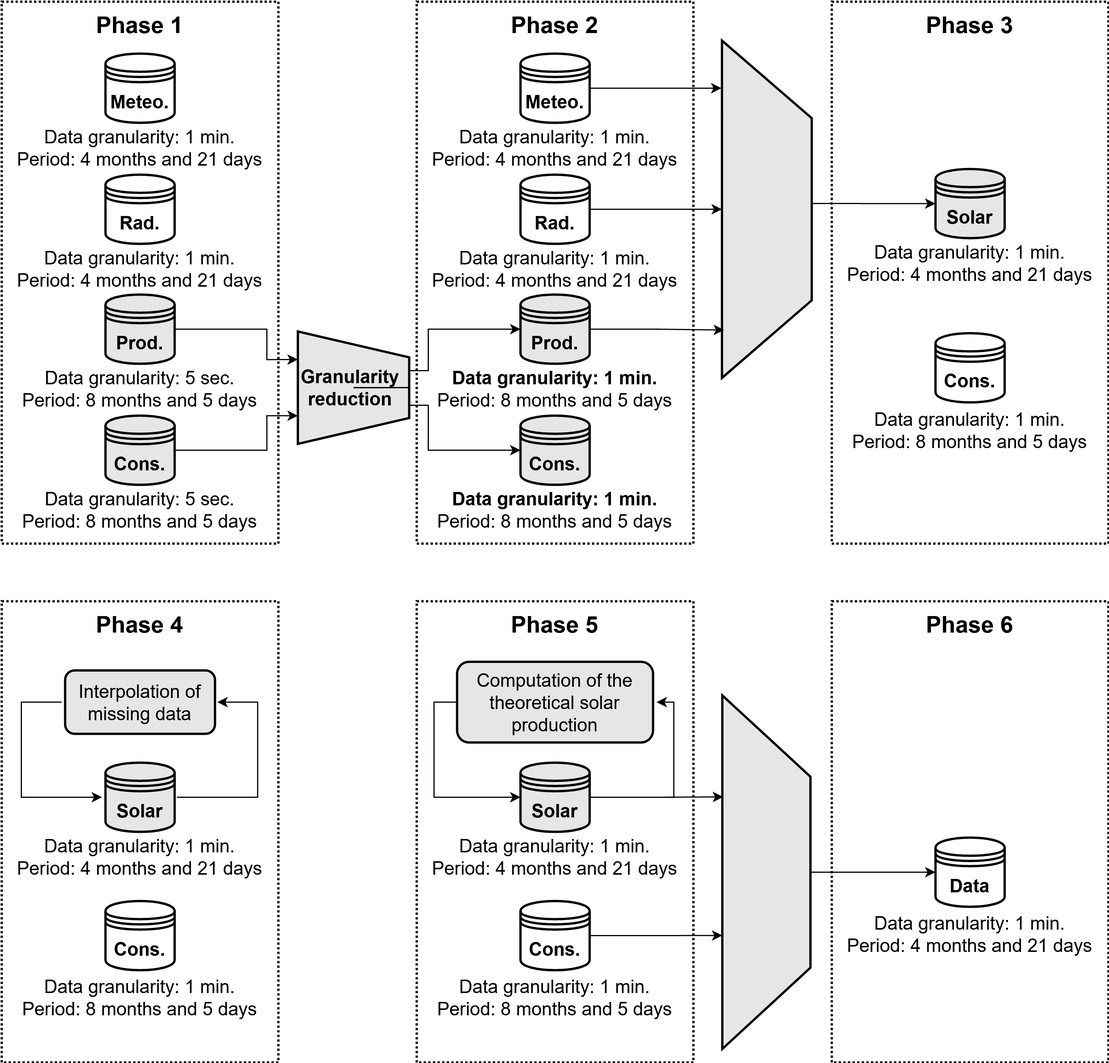
This is Images/Data.png from tomasbogalho/Tom-s-Bogalho-MSc-Thesis-New, a draw.io export, as it was before one commit. Source tidied: cells renumbered, new cells last; positions are measured from the earlier drawing's top-left corner, leaving out a move shared by most shapes.
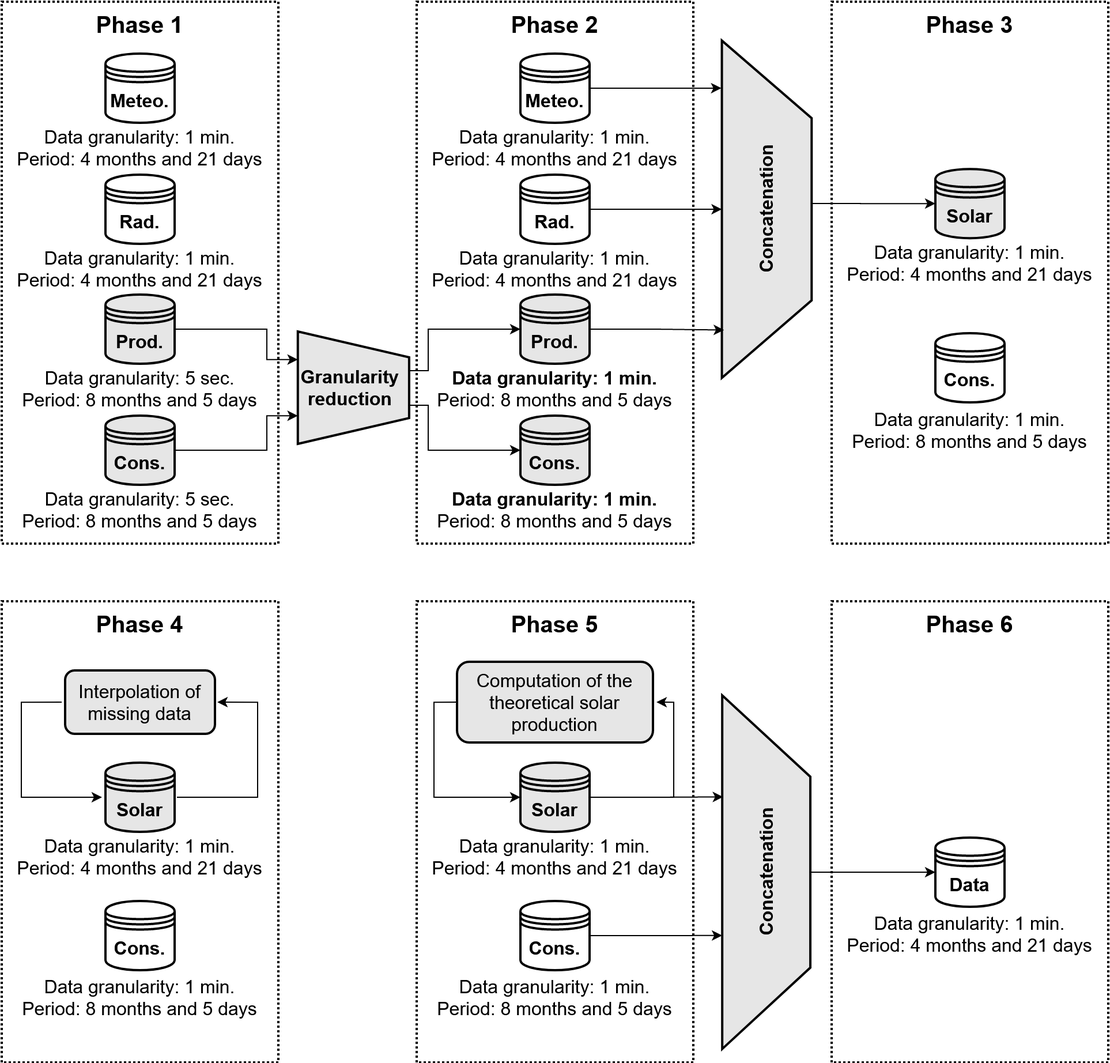
The same diagram one commit later.

Change to the diagram source:
```diff
@@ -26,30 +26,30 @@
     <mxCell id="9" value="&lt;font style=&quot;font-size: 16px&quot;&gt;&lt;b&gt;Cons.&lt;/b&gt;&lt;/font&gt;" style="shape=datastore;whiteSpace=wrap;html=1;strokeWidth=2;fillColor=none;" parent="1" vertex="1">
       <mxGeometry x="810" y="287.5" width="60" height="60" as="geometry" />
     </mxCell>
-    <mxCell id="10" style="rounded=0;jettySize=auto;html=1;entryX=0;entryY=0.5;entryDx=0;entryDy=0;edgeStyle=orthogonalEdgeStyle;" parent="1" edge="1" target="47">
-      <mxGeometry relative="1" as="geometry">
-        <mxPoint x="680" y="175" as="sourcePoint" />
-      </mxGeometry>
-    </mxCell>
-    <mxCell id="11" style="verticalLabelPosition=bottom;verticalAlign=top;html=1;shape=trapezoid;perimeter=trapezoidPerimeter;whiteSpace=wrap;size=0.23;arcSize=10;flipV=1;strokeWidth=2;rotation=-90;fillColor=#E6E6E6;" parent="1" vertex="1">
-      <mxGeometry x="517.4" y="141.1" width="292.6" height="77.9" as="geometry" />
-    </mxCell>
+    <mxCell id="68" style="rounded=0;jettySize=auto;html=1;entryX=0;entryY=0.5;entryDx=0;entryDy=0;edgeStyle=orthogonalEdgeStyle;" parent="1" edge="1" target="47">
+      <mxGeometry relative="1" as="geometry">
+        <mxPoint x="680" y="175" as="sourcePoint" />
+      </mxGeometry>
+    </mxCell>
+    <mxCell id="69" style="verticalLabelPosition=bottom;verticalAlign=top;html=1;shape=trapezoid;perimeter=trapezoidPerimeter;whiteSpace=wrap;size=0.23;arcSize=10;flipV=1;strokeWidth=2;rotation=-90;fillColor=#E6E6E6;align=center;horizontal=1;" parent="1" vertex="1">
+      <mxGeometry x="517.4" y="141.1" width="292.6" height="77.9" as="geometry" />
+    </mxCell>
     <mxCell id="12" style="rounded=0;whiteSpace=wrap;html=1;strokeWidth=2;dashed=1;dashPattern=1 1;" parent="1" vertex="1">
       <mxGeometry y="520" width="240" height="400" as="geometry" />
     </mxCell>
     <mxCell id="13" value="&lt;font style=&quot;font-size: 20px&quot;&gt;Phase 4&lt;br&gt;&lt;/font&gt;" style="text;html=1;strokeColor=none;fillColor=none;align=center;verticalAlign=middle;whiteSpace=wrap;rounded=0;dashed=1;dashPattern=1 1;fontStyle=1;" parent="1" vertex="1">
       <mxGeometry x="75" y="530" width="90" height="20" as="geometry" />
     </mxCell>
-    <mxCell id="14" style="edgeStyle=orthogonalEdgeStyle;rounded=0;orthogonalLoop=1;jettySize=auto;html=1;exitX=0;exitY=0.5;exitDx=0;exitDy=0;entryX=0;entryY=0.5;entryDx=0;entryDy=0;" parent="1" edge="1">
-      <mxGeometry relative="1" as="geometry">
-        <mxPoint x="52" y="607.5" as="sourcePoint" />
-        <mxPoint x="87" y="690" as="targetPoint" />
-        <Array as="points">
-          <mxPoint x="17" y="608" />
-          <mxPoint x="17" y="690" />
-        </Array>
-      </mxGeometry>
-    </mxCell>
+    <mxCell id="70" style="edgeStyle=orthogonalEdgeStyle;rounded=0;orthogonalLoop=1;jettySize=auto;html=1;exitX=0;exitY=0.5;exitDx=0;exitDy=0;entryX=0;entryY=0.5;entryDx=0;entryDy=0;" parent="1" edge="1">
+      <mxGeometry relative="1" as="geometry">
+        <mxPoint x="52" y="607.5" as="sourcePoint" />
+        <mxPoint x="87" y="690" as="targetPoint" />
+        <Array as="points">
+          <mxPoint x="17" y="608" />
+          <mxPoint x="17" y="690" />
+        </Array>
+      </mxGeometry>
+    </mxCell>
     <mxCell id="15" value="&lt;font style=&quot;font-size: 16px&quot;&gt;Interpolation of missing data&lt;/font&gt;" style="rounded=1;whiteSpace=wrap;html=1;strokeWidth=2;align=center;fillColor=#E6E6E6;" parent="1" vertex="1">
       <mxGeometry x="55" y="580" width="130" height="55" as="geometry" />
     </mxCell>
@@ -117,25 +117,25 @@
     <mxCell id="33" value="&lt;font style=&quot;font-size: 20px&quot;&gt;Phase 2&lt;br&gt;&lt;/font&gt;" style="text;html=1;strokeColor=none;fillColor=none;align=center;verticalAlign=middle;whiteSpace=wrap;rounded=0;dashed=1;dashPattern=1 1;fontStyle=1;" parent="1" vertex="1">
       <mxGeometry x="435" y="10" width="90" height="20" as="geometry" />
     </mxCell>
-    <mxCell id="34" style="edgeStyle=orthogonalEdgeStyle;rounded=0;jettySize=auto;html=1;exitX=1;exitY=0.5;exitDx=0;exitDy=0;entryX=0.859;entryY=1.005;entryDx=0;entryDy=0;entryPerimeter=0;" parent="1" edge="1" source="35" target="11">
-      <mxGeometry relative="1" as="geometry" />
-    </mxCell>
+    <mxCell id="71" style="edgeStyle=orthogonalEdgeStyle;rounded=0;jettySize=auto;html=1;exitX=1;exitY=0.5;exitDx=0;exitDy=0;entryX=0.859;entryY=1.005;entryDx=0;entryDy=0;entryPerimeter=0;" parent="1" edge="1" source="35" target="69">
+      <mxGeometry relative="1" as="geometry" />
+    </mxCell>
     <mxCell id="35" value="&lt;font style=&quot;font-size: 16px&quot;&gt;&lt;b&gt;Meteo.&lt;/b&gt;&lt;/font&gt;" style="shape=datastore;whiteSpace=wrap;html=1;strokeWidth=2;" parent="1" vertex="1">
       <mxGeometry x="450" y="45" width="60" height="60" as="geometry" />
     </mxCell>
-    <mxCell id="36" style="edgeStyle=orthogonalEdgeStyle;rounded=0;jettySize=auto;html=1;exitX=1;exitY=0.5;exitDx=0;exitDy=0;entryX=0.5;entryY=0;entryDx=0;entryDy=0;" parent="1" edge="1" source="37" target="11">
-      <mxGeometry relative="1" as="geometry" />
-    </mxCell>
+    <mxCell id="72" style="edgeStyle=orthogonalEdgeStyle;rounded=0;jettySize=auto;html=1;exitX=1;exitY=0.5;exitDx=0;exitDy=0;entryX=0.5;entryY=0;entryDx=0;entryDy=0;" parent="1" edge="1" source="37" target="69">
+      <mxGeometry relative="1" as="geometry" />
+    </mxCell>
     <mxCell id="37" value="&lt;font style=&quot;font-size: 16px&quot;&gt;&lt;b&gt;Rad.&lt;/b&gt;&lt;/font&gt;" style="shape=datastore;whiteSpace=wrap;html=1;strokeWidth=2;" parent="1" vertex="1">
       <mxGeometry x="450" y="150" width="60" height="60" as="geometry" />
     </mxCell>
-    <mxCell id="38" style="edgeStyle=orthogonalEdgeStyle;rounded=0;jettySize=auto;html=1;exitX=1;exitY=0.5;exitDx=0;exitDy=0;entryX=0.142;entryY=0.976;entryDx=0;entryDy=0;entryPerimeter=0;" parent="1" edge="1" source="39" target="11">
-      <mxGeometry relative="1" as="geometry">
-        <Array as="points">
-          <mxPoint x="567" y="284" />
-        </Array>
-      </mxGeometry>
-    </mxCell>
+    <mxCell id="73" style="edgeStyle=orthogonalEdgeStyle;rounded=0;jettySize=auto;html=1;exitX=1;exitY=0.5;exitDx=0;exitDy=0;entryX=0.142;entryY=0.976;entryDx=0;entryDy=0;entryPerimeter=0;" parent="1" edge="1" source="39" target="69">
+      <mxGeometry relative="1" as="geometry">
+        <Array as="points">
+          <mxPoint x="567" y="284" />
+        </Array>
+      </mxGeometry>
+    </mxCell>
     <mxCell id="39" value="&lt;font style=&quot;font-size: 16px&quot;&gt;&lt;b&gt;Prod.&lt;/b&gt;&lt;/font&gt;" style="shape=datastore;whiteSpace=wrap;html=1;strokeWidth=2;fillColor=#E6E6E6;" parent="1" vertex="1">
       <mxGeometry x="450" y="254" width="60" height="60" as="geometry" />
     </mxCell>
@@ -154,24 +154,26 @@
     <mxCell id="44" value="&lt;div style=&quot;font-size: 16px&quot; align=&quot;center&quot;&gt;&lt;font style=&quot;font-size: 16px&quot;&gt;&lt;b&gt;&lt;font style=&quot;font-size: 16px&quot;&gt;Data granularity: 1 min.&lt;br&gt;&lt;/font&gt;&lt;/b&gt;&lt;/font&gt;&lt;/div&gt;&lt;div style=&quot;font-size: 16px&quot; align=&quot;center&quot;&gt;&lt;font style=&quot;font-size: 16px&quot;&gt;&lt;font style=&quot;font-size: 16px&quot;&gt;Period&lt;/font&gt;: &lt;/font&gt;&lt;font style=&quot;font-size: 16px&quot;&gt;&lt;span style=&quot;left: 446.417px ; top: 712.73px ; font-family: sans-serif ; transform: scalex(0.976689)&quot;&gt;8 months and 5 days&lt;/span&gt;&lt;/font&gt;&lt;/div&gt;" style="text;html=1;strokeColor=none;fillColor=none;align=center;verticalAlign=middle;whiteSpace=wrap;rounded=0;fontStyle=0;" parent="1" vertex="1">
       <mxGeometry x="360" y="431" width="240" height="20" as="geometry" />
     </mxCell>
-    <mxCell id="45" style="edgeStyle=orthogonalEdgeStyle;rounded=0;jettySize=auto;html=1;exitX=0.75;exitY=1;exitDx=0;exitDy=0;" parent="1" edge="1" source="4" target="39">
-      <mxGeometry relative="1" as="geometry">
-        <Array as="points">
-          <mxPoint x="353" y="320" />
-          <mxPoint x="370" y="320" />
-          <mxPoint x="370" y="284" />
-        </Array>
-      </mxGeometry>
-    </mxCell>
-    <mxCell id="46" style="edgeStyle=orthogonalEdgeStyle;rounded=0;jettySize=auto;html=1;exitX=0.25;exitY=1;exitDx=0;exitDy=0;entryX=0;entryY=0.5;entryDx=0;entryDy=0;" parent="1" edge="1" source="4" target="40">
-      <mxGeometry relative="1" as="geometry">
-        <Array as="points">
-          <mxPoint x="353" y="350" />
-          <mxPoint x="370" y="350" />
-          <mxPoint x="370" y="389" />
-        </Array>
-      </mxGeometry>
-    </mxCell>
+    <mxCell id="74" style="edgeStyle=orthogonalEdgeStyle;rounded=0;jettySize=auto;html=1;" parent="1" edge="1" target="39">
+      <mxGeometry relative="1" as="geometry">
+        <mxPoint x="353" y="335" as="sourcePoint" />
+        <Array as="points">
+          <mxPoint x="353" y="320" />
+          <mxPoint x="370" y="320" />
+          <mxPoint x="370" y="284" />
+        </Array>
+      </mxGeometry>
+    </mxCell>
+    <mxCell id="75" style="edgeStyle=orthogonalEdgeStyle;rounded=0;jettySize=auto;html=1;entryX=0;entryY=0.5;entryDx=0;entryDy=0;" parent="1" edge="1" target="40">
+      <mxGeometry relative="1" as="geometry">
+        <mxPoint x="353" y="335" as="sourcePoint" />
+        <Array as="points">
+          <mxPoint x="353" y="350" />
+          <mxPoint x="370" y="350" />
+          <mxPoint x="370" y="389" />
+        </Array>
+      </mxGeometry>
+    </mxCell>
     <mxCell id="47" value="&lt;b&gt;&lt;font style=&quot;font-size: 16px&quot;&gt;Solar&lt;/font&gt;&lt;/b&gt;" style="shape=datastore;whiteSpace=wrap;html=1;strokeWidth=2;fillColor=#E6E6E6;" parent="1" vertex="1">
       <mxGeometry x="810" y="145.1" width="60" height="60" as="geometry" />
     </mxCell>
@@ -184,16 +186,16 @@
     <mxCell id="50" value="&lt;font style=&quot;font-size: 16px&quot;&gt;&lt;b&gt;Cons.&lt;/b&gt;&lt;/font&gt;" style="shape=datastore;whiteSpace=wrap;html=1;strokeWidth=2;fillColor=none;" parent="1" vertex="1">
       <mxGeometry x="90" y="780" width="60" height="60" as="geometry" />
     </mxCell>
-    <mxCell id="51" style="edgeStyle=orthogonalEdgeStyle;rounded=0;orthogonalLoop=1;jettySize=auto;html=1;exitX=1;exitY=0.5;exitDx=0;exitDy=0;entryX=1;entryY=0.5;entryDx=0;entryDy=0;" parent="1" edge="1">
-      <mxGeometry relative="1" as="geometry">
-        <mxPoint x="152" y="690" as="sourcePoint" />
-        <mxPoint x="187" y="607.5" as="targetPoint" />
-        <Array as="points">
-          <mxPoint x="222" y="690" />
-          <mxPoint x="222" y="608" />
-        </Array>
-      </mxGeometry>
-    </mxCell>
+    <mxCell id="76" style="edgeStyle=orthogonalEdgeStyle;rounded=0;orthogonalLoop=1;jettySize=auto;html=1;exitX=1;exitY=0.5;exitDx=0;exitDy=0;entryX=1;entryY=0.5;entryDx=0;entryDy=0;" parent="1" edge="1">
+      <mxGeometry relative="1" as="geometry">
+        <mxPoint x="152" y="690" as="sourcePoint" />
+        <mxPoint x="187" y="607.5" as="targetPoint" />
+        <Array as="points">
+          <mxPoint x="222" y="690" />
+          <mxPoint x="222" y="608" />
+        </Array>
+      </mxGeometry>
+    </mxCell>
     <mxCell id="52" value="&lt;b&gt;&lt;font style=&quot;font-size: 16px&quot;&gt;Solar&lt;/font&gt;&lt;/b&gt;" style="shape=datastore;whiteSpace=wrap;html=1;strokeWidth=2;fillColor=#E6E6E6;" parent="1" vertex="1">
       <mxGeometry x="90" y="660" width="60" height="60" as="geometry" />
     </mxCell>
@@ -213,16 +215,16 @@
     <mxCell id="56" value="&lt;font style=&quot;font-size: 16px&quot;&gt;&lt;b&gt;Cons.&lt;/b&gt;&lt;/font&gt;" style="shape=datastore;whiteSpace=wrap;html=1;strokeWidth=2;fillColor=none;" parent="1" vertex="1">
       <mxGeometry x="450" y="780" width="60" height="60" as="geometry" />
     </mxCell>
-    <mxCell id="57" style="edgeStyle=orthogonalEdgeStyle;rounded=0;orthogonalLoop=1;jettySize=auto;html=1;exitX=1;exitY=0.5;exitDx=0;exitDy=0;entryX=1;entryY=0.5;entryDx=0;entryDy=0;" parent="1" edge="1">
-      <mxGeometry relative="1" as="geometry">
-        <mxPoint x="513" y="690" as="sourcePoint" />
-        <mxPoint x="568" y="607.5" as="targetPoint" />
-        <Array as="points">
-          <mxPoint x="583" y="690" />
-          <mxPoint x="583" y="608" />
-        </Array>
-      </mxGeometry>
-    </mxCell>
+    <mxCell id="77" style="edgeStyle=orthogonalEdgeStyle;rounded=0;orthogonalLoop=1;jettySize=auto;html=1;exitX=1;exitY=0.5;exitDx=0;exitDy=0;entryX=1;entryY=0.5;entryDx=0;entryDy=0;" parent="1" edge="1">
+      <mxGeometry relative="1" as="geometry">
+        <mxPoint x="513" y="690" as="sourcePoint" />
+        <mxPoint x="568" y="607.5" as="targetPoint" />
+        <Array as="points">
+          <mxPoint x="583" y="690" />
+          <mxPoint x="583" y="608" />
+        </Array>
+      </mxGeometry>
+    </mxCell>
     <mxCell id="58" style="edgeStyle=orthogonalEdgeStyle;rounded=0;jettySize=auto;html=1;exitX=1;exitY=0.5;exitDx=0;exitDy=0;entryX=0.713;entryY=0.99;entryDx=0;entryDy=0;entryPerimeter=0;" parent="1" edge="1" source="59" target="67">
       <mxGeometry relative="1" as="geometry">
         <Array as="points">
@@ -257,5 +259,11 @@
     <mxCell id="67" style="verticalLabelPosition=bottom;verticalAlign=top;html=1;shape=trapezoid;perimeter=trapezoidPerimeter;whiteSpace=wrap;size=0.23;arcSize=10;flipV=1;strokeWidth=2;rotation=-90;fillColor=#E6E6E6;" parent="1" vertex="1">
       <mxGeometry x="510" y="716.8" width="306.6" height="76.4" as="geometry" />
     </mxCell>
+    <mxCell id="78" value="&lt;b&gt;&lt;font style=&quot;font-size: 16px&quot;&gt;Concatenation&lt;/font&gt;&lt;/b&gt;" style="text;html=1;strokeColor=none;fillColor=none;align=center;verticalAlign=middle;whiteSpace=wrap;rounded=0;rotation=-90;" parent="1" vertex="1">
+      <mxGeometry x="603.7" y="172" width="120" height="16" as="geometry" />
+    </mxCell>
+    <mxCell id="79" value="&lt;b&gt;&lt;font style=&quot;font-size: 16px&quot;&gt;Concatenation&lt;/font&gt;&lt;/b&gt;" style="text;html=1;strokeColor=none;fillColor=none;align=center;verticalAlign=middle;whiteSpace=wrap;rounded=0;rotation=-90;" parent="1" vertex="1">
+      <mxGeometry x="603.7" y="747" width="120" height="16" as="geometry" />
+    </mxCell>
   </root>
 </mxGraphModel>
```
